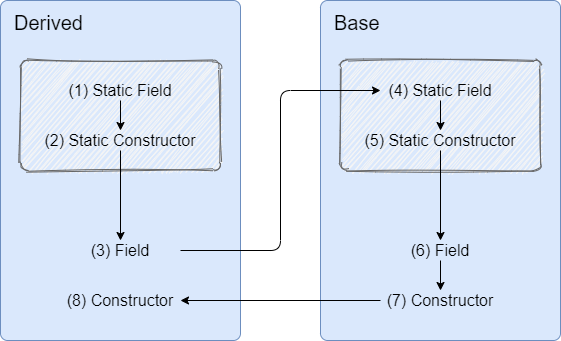
This is doc/article/object-initialization.drawio.png from CSharp-Pills-15mg/Object-Initialization-in-CSharp, a draw.io export, as it was before one commit. Source tidied: cells renumbered, new cells last; positions are measured from the earlier drawing's top-left corner, leaving out a move shared by most shapes.
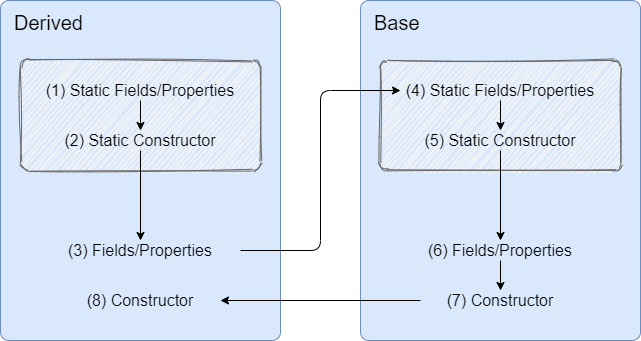
The same file after the commit.

What changed in the source:
```diff
@@ -3,55 +3,55 @@
     <mxCell id="0" />
     <mxCell id="1" parent="0" />
     <mxCell id="2" value="Derived" style="rounded=1;whiteSpace=wrap;html=1;fontSize=20;align=left;verticalAlign=top;spacingTop=4;spacingLeft=12;fillColor=#dae8fc;strokeColor=#6c8ebf;arcSize=3;fontStyle=0;" parent="1" vertex="1">
-      <mxGeometry width="240" height="340" as="geometry" />
+      <mxGeometry width="280" height="340" as="geometry" />
     </mxCell>
     <mxCell id="3" style="rounded=1;whiteSpace=wrap;html=1;align=center;fillColor=#f5f5f5;strokeColor=#666666;fontColor=#333333;arcSize=7;sketch=1;" parent="2" vertex="1">
-      <mxGeometry x="20" y="60" width="200" height="110" as="geometry" />
+      <mxGeometry x="20" y="60" width="240" height="110" as="geometry" />
     </mxCell>
     <mxCell id="4" style="edgeStyle=orthogonalEdgeStyle;rounded=0;jettySize=auto;html=1;exitX=0.5;exitY=1;exitDx=0;exitDy=0;entryX=0.5;entryY=0;entryDx=0;entryDy=0;" parent="2" edge="1" source="5" target="8">
       <mxGeometry relative="1" as="geometry" />
     </mxCell>
-    <mxCell id="5" value="(1) Static Field" style="text;html=1;strokeColor=none;fillColor=none;align=center;verticalAlign=middle;whiteSpace=wrap;rounded=0;fontSize=16;" parent="2" vertex="1">
-      <mxGeometry x="60" y="80" width="120" height="20" as="geometry" />
+    <mxCell id="5" value="(1) Static Fields/Properties" style="text;html=1;strokeColor=none;fillColor=none;align=center;verticalAlign=middle;whiteSpace=wrap;rounded=0;fontSize=16;" parent="2" vertex="1">
+      <mxGeometry x="40" y="80" width="200" height="20" as="geometry" />
     </mxCell>
-    <mxCell id="6" value="(3) Field" style="text;html=1;strokeColor=none;fillColor=none;align=center;verticalAlign=middle;whiteSpace=wrap;rounded=0;fontSize=16;" parent="2" vertex="1">
-      <mxGeometry x="60" y="240" width="120" height="20" as="geometry" />
+    <mxCell id="6" value="(3) Fields/Properties" style="text;html=1;strokeColor=none;fillColor=none;align=center;verticalAlign=middle;whiteSpace=wrap;rounded=0;fontSize=16;" parent="2" vertex="1">
+      <mxGeometry x="40" y="240" width="200" height="20" as="geometry" />
     </mxCell>
     <mxCell id="7" style="edgeStyle=orthogonalEdgeStyle;rounded=0;jettySize=auto;html=1;exitX=0.5;exitY=1;exitDx=0;exitDy=0;entryX=0.5;entryY=0;entryDx=0;entryDy=0;" parent="2" edge="1" source="8" target="6">
       <mxGeometry relative="1" as="geometry" />
     </mxCell>
     <mxCell id="8" value="(2) Static Constructor" style="text;html=1;strokeColor=none;fillColor=none;align=center;verticalAlign=middle;whiteSpace=wrap;rounded=0;fontSize=16;" parent="2" vertex="1">
-      <mxGeometry x="40" y="130" width="160" height="20" as="geometry" />
+      <mxGeometry x="40" y="130" width="200" height="20" as="geometry" />
     </mxCell>
     <mxCell id="9" value="(8) Constructor" style="text;html=1;strokeColor=none;fillColor=none;align=center;verticalAlign=middle;whiteSpace=wrap;rounded=0;fontSize=16;" parent="2" vertex="1">
-      <mxGeometry x="60" y="290" width="120" height="20" as="geometry" />
+      <mxGeometry x="60" y="290" width="160" height="20" as="geometry" />
     </mxCell>
     <mxCell id="10" value="Base" style="rounded=1;whiteSpace=wrap;html=1;fontSize=20;align=left;verticalAlign=top;spacingTop=4;spacingLeft=12;fillColor=#dae8fc;strokeColor=#6c8ebf;arcSize=3;sketch=0;fontStyle=0;" parent="1" vertex="1">
-      <mxGeometry x="320" width="240" height="340" as="geometry" />
+      <mxGeometry x="360" width="280" height="340" as="geometry" />
     </mxCell>
     <mxCell id="11" style="rounded=1;whiteSpace=wrap;html=1;align=center;fillColor=#f5f5f5;strokeColor=#666666;fontColor=#333333;arcSize=6;sketch=1;" parent="10" vertex="1">
-      <mxGeometry x="20" y="60" width="200" height="110" as="geometry" />
+      <mxGeometry x="20" y="60" width="240" height="110" as="geometry" />
     </mxCell>
     <mxCell id="12" style="edgeStyle=none;rounded=0;jettySize=auto;html=1;exitX=0.5;exitY=1;exitDx=0;exitDy=0;entryX=0.5;entryY=0;entryDx=0;entryDy=0;" parent="10" edge="1" source="13" target="17">
       <mxGeometry relative="1" as="geometry" />
     </mxCell>
-    <mxCell id="13" value="(4) Static Field" style="text;html=1;strokeColor=none;fillColor=none;align=center;verticalAlign=middle;whiteSpace=wrap;rounded=0;fontSize=16;" parent="10" vertex="1">
-      <mxGeometry x="60" y="80" width="120" height="20" as="geometry" />
+    <mxCell id="13" value="(4) Static Fields/Properties" style="text;html=1;strokeColor=none;fillColor=none;align=center;verticalAlign=middle;whiteSpace=wrap;rounded=0;fontSize=16;" parent="10" vertex="1">
+      <mxGeometry x="40" y="80" width="200" height="20" as="geometry" />
     </mxCell>
     <mxCell id="14" style="edgeStyle=none;rounded=0;jettySize=auto;html=1;exitX=0.5;exitY=1;exitDx=0;exitDy=0;entryX=0.5;entryY=0;entryDx=0;entryDy=0;" parent="10" edge="1" source="15" target="18">
       <mxGeometry relative="1" as="geometry" />
     </mxCell>
-    <mxCell id="15" value="(6) Field" style="text;html=1;strokeColor=none;fillColor=none;align=center;verticalAlign=middle;whiteSpace=wrap;rounded=0;fontSize=16;" parent="10" vertex="1">
-      <mxGeometry x="60" y="240" width="120" height="20" as="geometry" />
+    <mxCell id="15" value="(6) Fields/Properties" style="text;html=1;strokeColor=none;fillColor=none;align=center;verticalAlign=middle;whiteSpace=wrap;rounded=0;fontSize=16;" parent="10" vertex="1">
+      <mxGeometry x="40" y="240" width="200" height="20" as="geometry" />
     </mxCell>
     <mxCell id="16" style="edgeStyle=none;rounded=0;jettySize=auto;html=1;exitX=0.5;exitY=1;exitDx=0;exitDy=0;entryX=0.5;entryY=0;entryDx=0;entryDy=0;" parent="10" edge="1" source="17" target="15">
       <mxGeometry relative="1" as="geometry" />
     </mxCell>
     <mxCell id="17" value="(5) Static Constructor" style="text;html=1;strokeColor=none;fillColor=none;align=center;verticalAlign=middle;whiteSpace=wrap;rounded=0;fontSize=16;" parent="10" vertex="1">
-      <mxGeometry x="40" y="130" width="160" height="20" as="geometry" />
+      <mxGeometry x="40" y="130" width="200" height="20" as="geometry" />
     </mxCell>
     <mxCell id="18" value="(7) Constructor" style="text;html=1;strokeColor=none;fillColor=none;align=center;verticalAlign=middle;whiteSpace=wrap;rounded=0;fontSize=16;" parent="10" vertex="1">
-      <mxGeometry x="60" y="290" width="120" height="20" as="geometry" />
+      <mxGeometry x="60" y="290" width="160" height="20" as="geometry" />
     </mxCell>
     <mxCell id="19" style="rounded=1;jettySize=auto;html=1;exitX=1;exitY=0.5;exitDx=0;exitDy=0;entryX=0;entryY=0.5;entryDx=0;entryDy=0;edgeStyle=orthogonalEdgeStyle;" parent="1" edge="1" source="6" target="13">
       <mxGeometry relative="1" as="geometry" />
```
